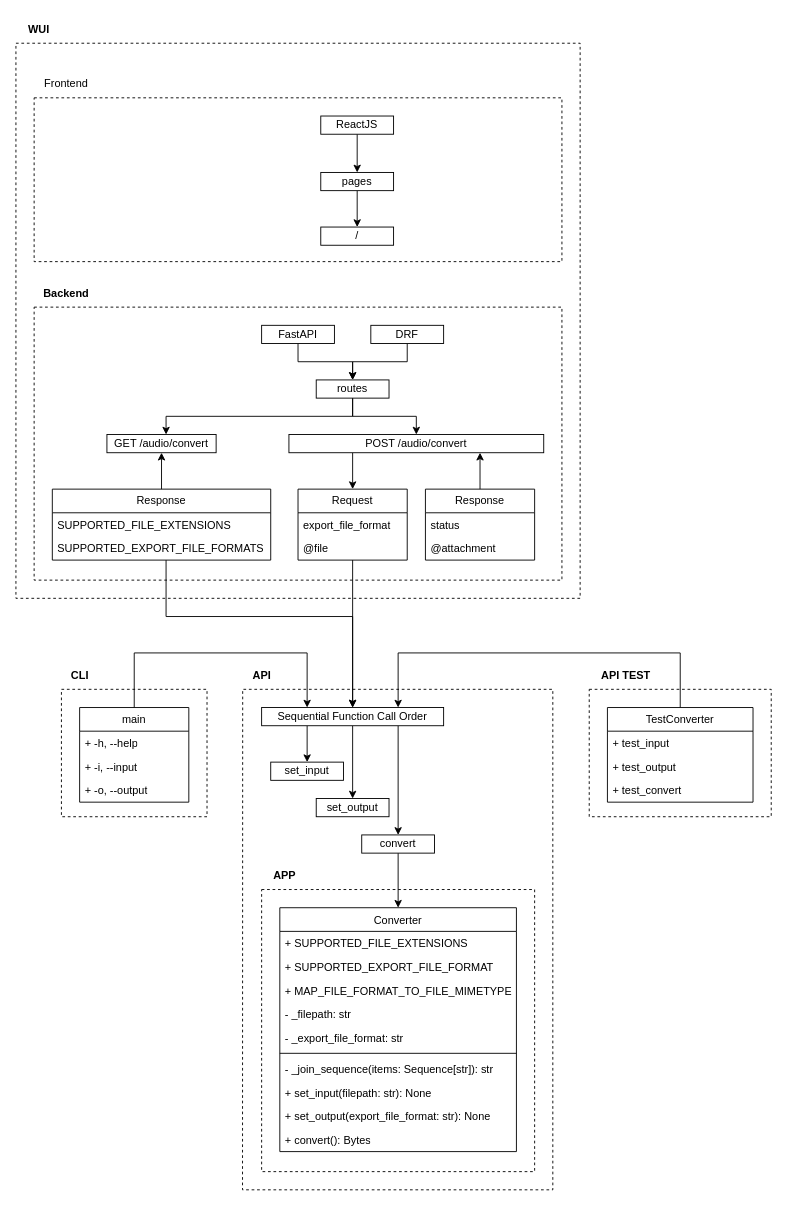
Above: page "WUI_FRONTEND_REACTJS" (7 of 7) of _readme/Diagram.drawio in ames0k0/TP--Audio-File-Converter (draw.io), before the change. Source tidied: cells renumbered, new cells numbered last; positions are measured from the earlier drawing's top-left corner, leaving out a move shared by most shapes. Both pictures are drawn from the tidied source at 91%, with x=0, y=0 at pixel (15, 15).
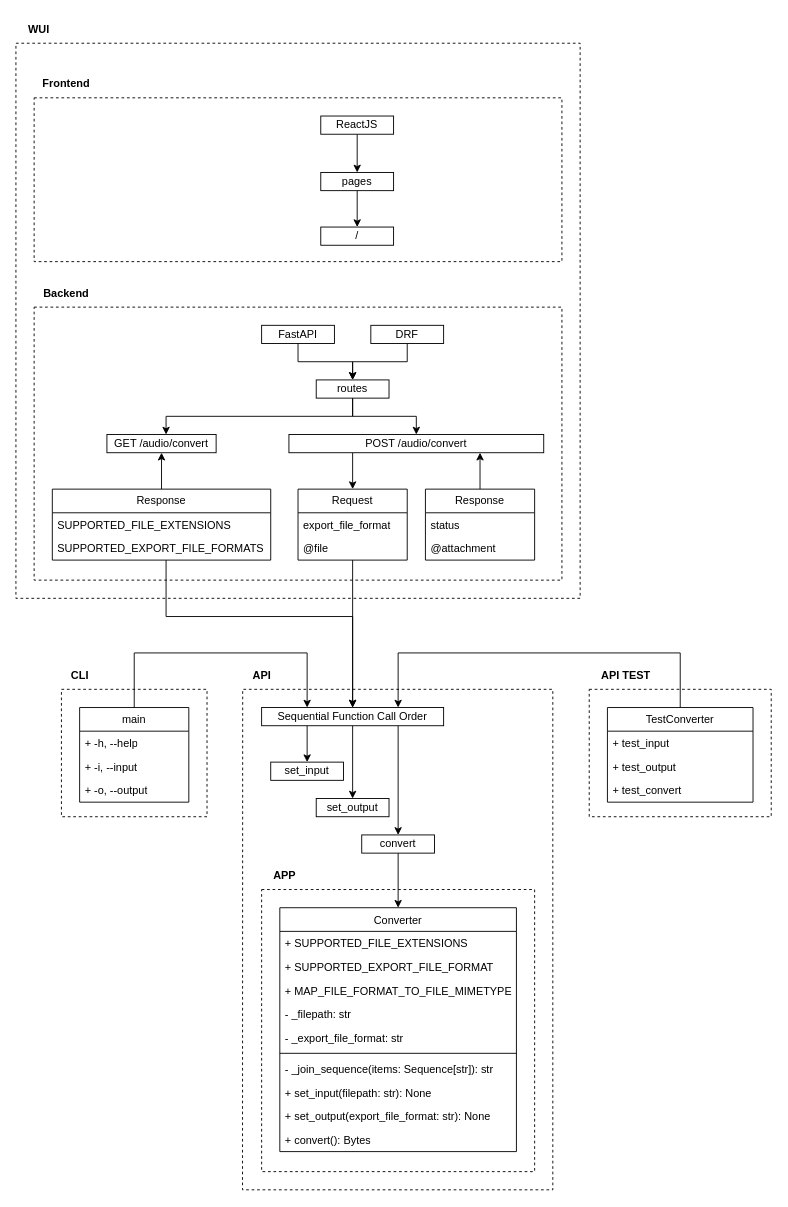
Above is the later version.

Commit message (it also covers changes not shown here):
wui_frontend_reactjs: Added `fetchMetadata()`

Diff of the diagram source:
```diff
@@
-    <mxCell id="67" value="Frontend" style="text;html=1;align=center;verticalAlign=middle;strokeColor=none;fillColor=none;" parent="1" vertex="1">
-      <mxGeometry x="20" y="60" width="70" height="30" as="geometry" />
+    <mxCell id="67" value="&lt;b&gt;Frontend&lt;/b&gt;" style="text;html=1;align=center;verticalAlign=middle;strokeColor=none;fillColor=none;" parent="1" vertex="1">
+      <mxGeometry x="15" y="60" width="80" height="30" as="geometry" />
     </mxCell>
```
